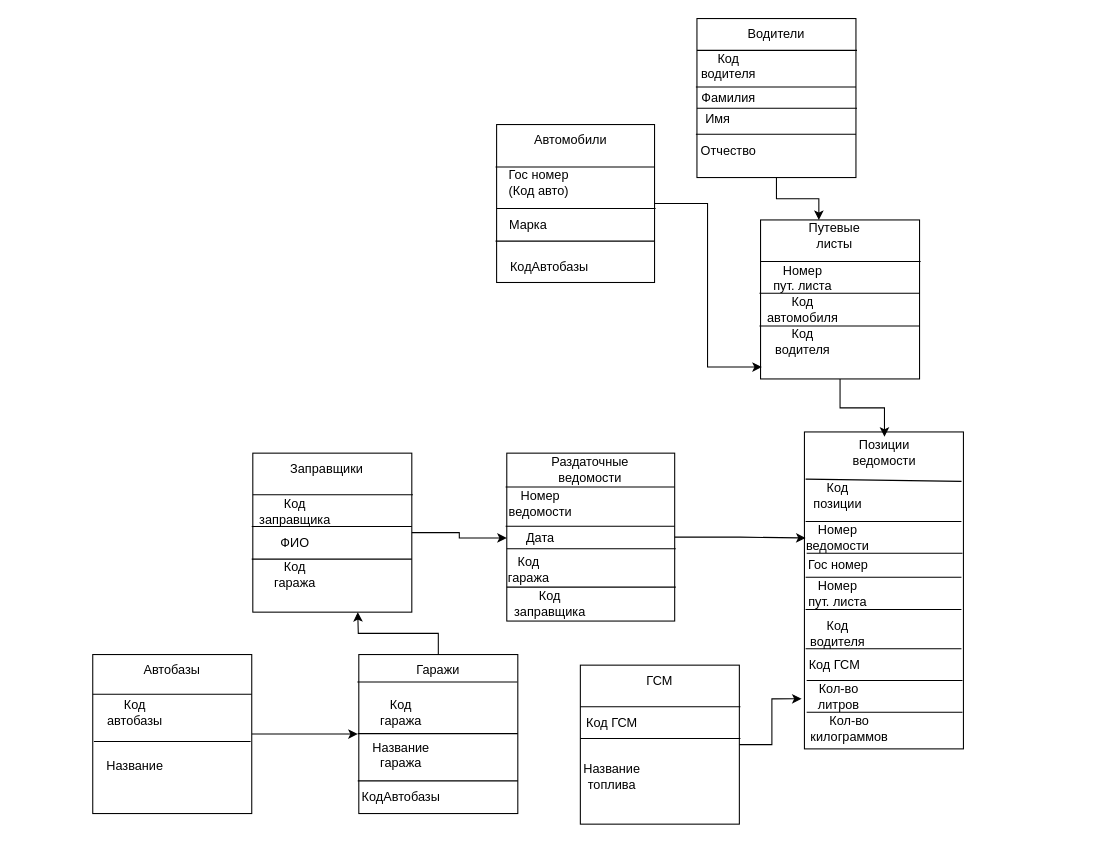
Above: Диаграмма без названия.drawio in kverdias/Wb-pril (draw.io), before the change. Source tidied: cells renumbered, new cells numbered last; positions are measured from the earlier drawing's top-left corner, leaving out a move shared by most shapes. Both pictures are drawn from the tidied source at 106%, with x=0, y=0 at pixel (92, 18).
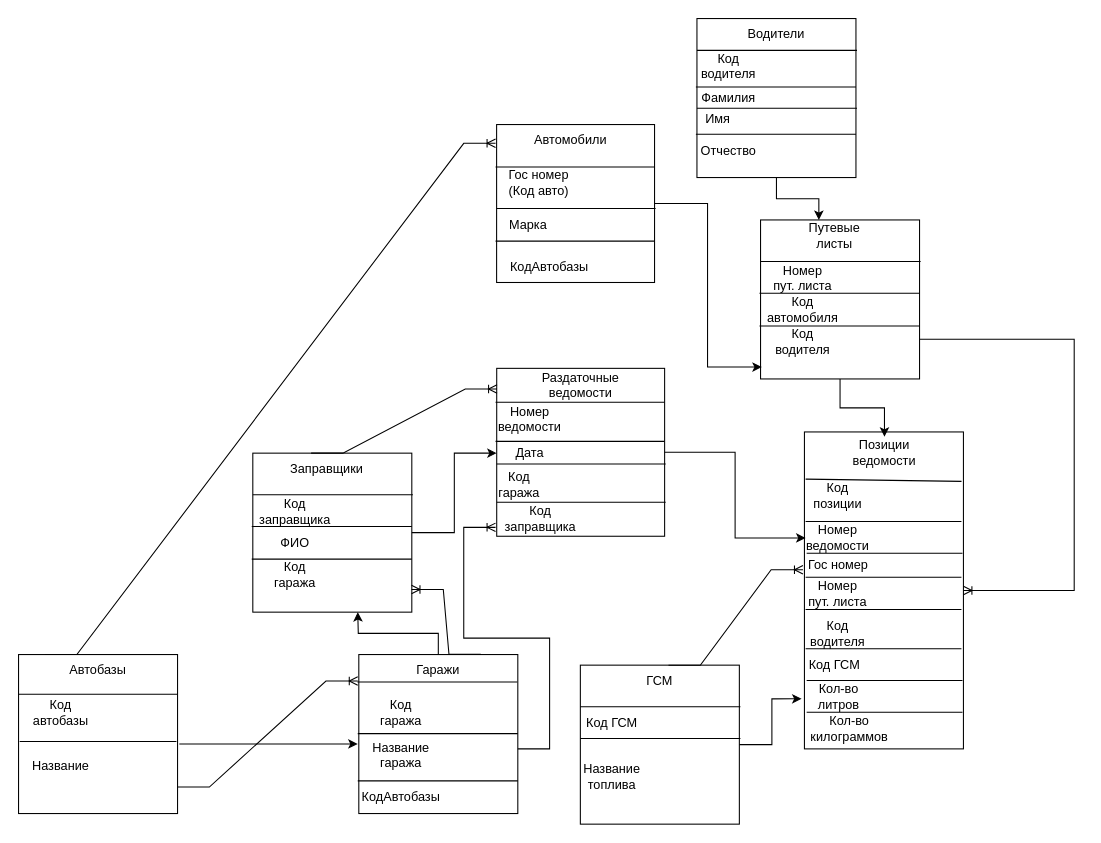
The same diagram, later.

Unchanged cells that the change refers to:
```xml
<mxCell id="3" style="group;" parent="2" vertex="1">
  <mxGeometry width="150" height="150" as="geometry" />
</mxCell>
<mxCell id="5" style="whiteSpace=wrap;html=1;" parent="3" vertex="1">
  <mxGeometry width="150" height="150" as="geometry" />
</mxCell>
<mxCell id="13" style="whiteSpace=wrap;html=1;" parent="11" vertex="1">
  <mxGeometry x="1" width="150" height="150" as="geometry" />
</mxCell>
<mxCell id="23" value="ГСМ" style="text;html=1;align=center;verticalAlign=middle;whiteSpace=wrap;rounded=0;" parent="21" vertex="1">
  <mxGeometry x="45" width="60" height="30" as="geometry" />
</mxCell>
<mxCell id="50" style="whiteSpace=wrap;html=1;" parent="49" vertex="1">
  <mxGeometry x="1" width="150" height="150" as="geometry" />
</mxCell>
<mxCell id="59" style="whiteSpace=wrap;html=1;" parent="58" vertex="1">
  <mxGeometry x="1" width="150" height="150" as="geometry" />
</mxCell>
<mxCell id="60" value="Заправщики" style="text;html=1;align=center;verticalAlign=middle;whiteSpace=wrap;rounded=0;" parent="58" vertex="1">
  <mxGeometry x="41" width="60" height="30" as="geometry" />
</mxCell>
<mxCell id="69" style="whiteSpace=wrap;html=1;" parent="68" vertex="1">
  <mxGeometry x="10.6" width="158.4" height="158.4" as="geometry" />
</mxCell>
<mxCell id="80" style="rounded=0;whiteSpace=wrap;html=1;rotation=90;" parent="79" vertex="1">
  <mxGeometry x="-73.1" y="74.5" width="299" height="150" as="geometry" />
</mxCell>
```

What changed in the source:
```diff
@@
     <mxCell id="2" style="group;" parent="1" vertex="1">
-      <mxGeometry y="600" width="150" height="150" as="geometry" />
+      <mxGeometry x="-70" y="600" width="150" height="150" as="geometry" />
     </mxCell>
@@
-    <mxCell id="4" style="edgeStyle=orthogonalEdgeStyle;rounded=0;jettySize=auto;html=1;" parent="3" edge="1" source="5">
-      <mxGeometry relative="1" as="geometry">
-        <mxPoint x="250" y="75" as="targetPoint" />
-      </mxGeometry>
-    </mxCell>
@@
     <mxCell id="67" style="group;" parent="1" vertex="1">
-      <mxGeometry x="380" y="410" width="170" height="160" as="geometry" />
+      <mxGeometry x="370.5" y="330" width="170" height="160" as="geometry" />
     </mxCell>
@@
+    <mxCell id="104" style="edgeStyle=entityRelationEdgeStyle;fontSize=12;html=1;endArrow=ERoneToMany;rounded=0;" parent="1" edge="1">
+      <mxGeometry relative="1" as="geometry">
+        <mxPoint x="80" y="725" as="sourcePoint" />
+        <mxPoint x="250" y="625" as="targetPoint" />
+      </mxGeometry>
+    </mxCell>
+    <mxCell id="105" style="edgeStyle=entityRelationEdgeStyle;fontSize=12;html=1;endArrow=ERoneToMany;rounded=0;entryX=0.027;entryY=0.119;entryDx=0;entryDy=0;entryPerimeter=0;" parent="1" edge="1">
+      <mxGeometry relative="1" as="geometry">
+        <mxPoint x="-45" y="600" as="sourcePoint" />
+        <mxPoint x="380" y="117.7" as="targetPoint" />
+      </mxGeometry>
+    </mxCell>
+    <mxCell id="106" style="endArrow=classic;html=1;rounded=0;exitX=1.011;exitY=0.562;exitDx=0;exitDy=0;exitPerimeter=0;entryX=-0.007;entryY=0.562;entryDx=0;entryDy=0;entryPerimeter=0;" parent="1" edge="1" source="5" target="13">
+      <mxGeometry relative="1" as="geometry" />
+    </mxCell>
+    <mxCell id="107" style="edgeStyle=entityRelationEdgeStyle;fontSize=12;html=1;endArrow=ERoneToMany;rounded=0;exitX=0.767;exitY=-0.002;exitDx=0;exitDy=0;exitPerimeter=0;entryX=0.998;entryY=0.858;entryDx=0;entryDy=0;entryPerimeter=0;" parent="1" edge="1" source="13" target="59">
+      <mxGeometry relative="1" as="geometry" />
+    </mxCell>
+    <mxCell id="108" style="edgeStyle=entityRelationEdgeStyle;fontSize=12;html=1;endArrow=ERoneToMany;rounded=0;" parent="1" edge="1">
+      <mxGeometry relative="1" as="geometry">
+        <mxPoint x="401" y="689" as="sourcePoint" />
+        <mxPoint x="380" y="480" as="targetPoint" />
+      </mxGeometry>
+    </mxCell>
+    <mxCell id="109" style="edgeStyle=entityRelationEdgeStyle;fontSize=12;html=1;endArrow=ERoneToMany;rounded=0;exitX=0.636;exitY=0.005;exitDx=0;exitDy=0;exitPerimeter=0;" parent="1" edge="1" source="23">
+      <mxGeometry relative="1" as="geometry">
+        <mxPoint x="670" y="520" as="targetPoint" />
+      </mxGeometry>
+    </mxCell>
+    <mxCell id="110" style="edgeStyle=entityRelationEdgeStyle;fontSize=12;html=1;endArrow=ERoneToMany;rounded=0;exitX=1;exitY=0.75;exitDx=0;exitDy=0;" parent="1" edge="1" source="50" target="80">
+      <mxGeometry relative="1" as="geometry" />
+    </mxCell>
+    <mxCell id="111" style="edgeStyle=entityRelationEdgeStyle;fontSize=12;html=1;endArrow=ERoneToMany;rounded=0;exitX=0.25;exitY=0;exitDx=0;exitDy=0;entryX=0.002;entryY=0.123;entryDx=0;entryDy=0;entryPerimeter=0;" parent="1" edge="1" source="60" target="69">
+      <mxGeometry relative="1" as="geometry" />
+    </mxCell>
```
